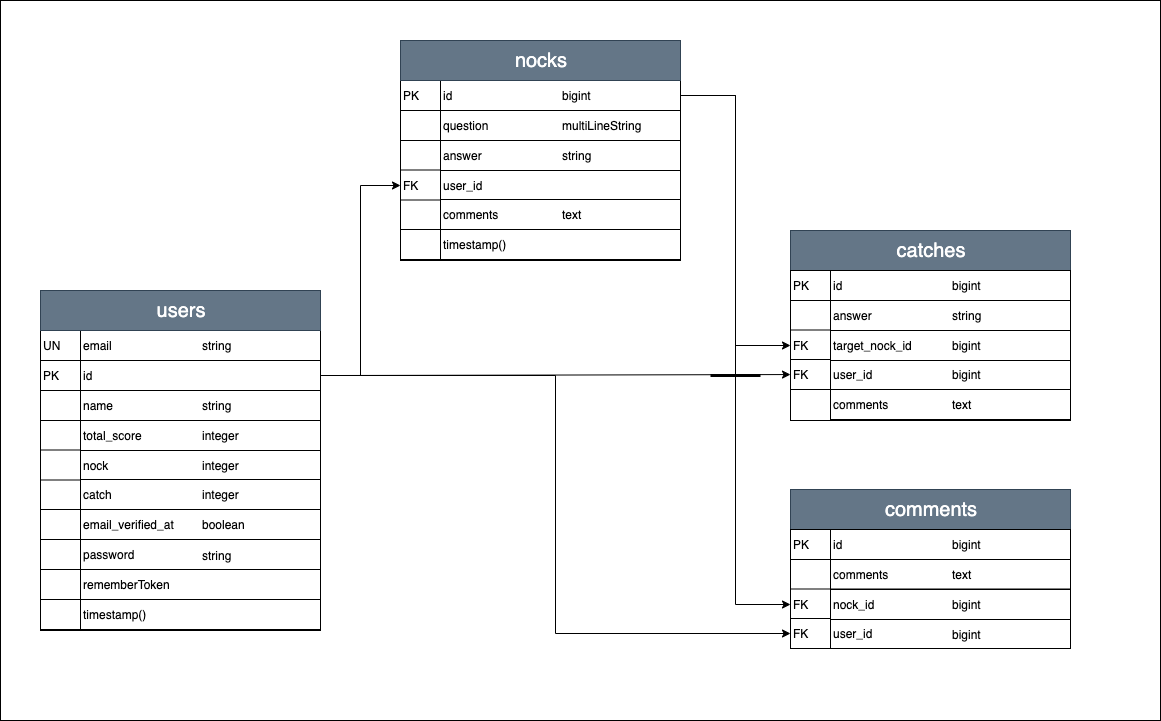
Before: DB.png, a diagram exported from draw.io (YaCpotato/RegExp-Nock). Source tidied: cells renumbered, new cells last; positions are measured from the earlier drawing's top-left corner, leaving out a move shared by most shapes.
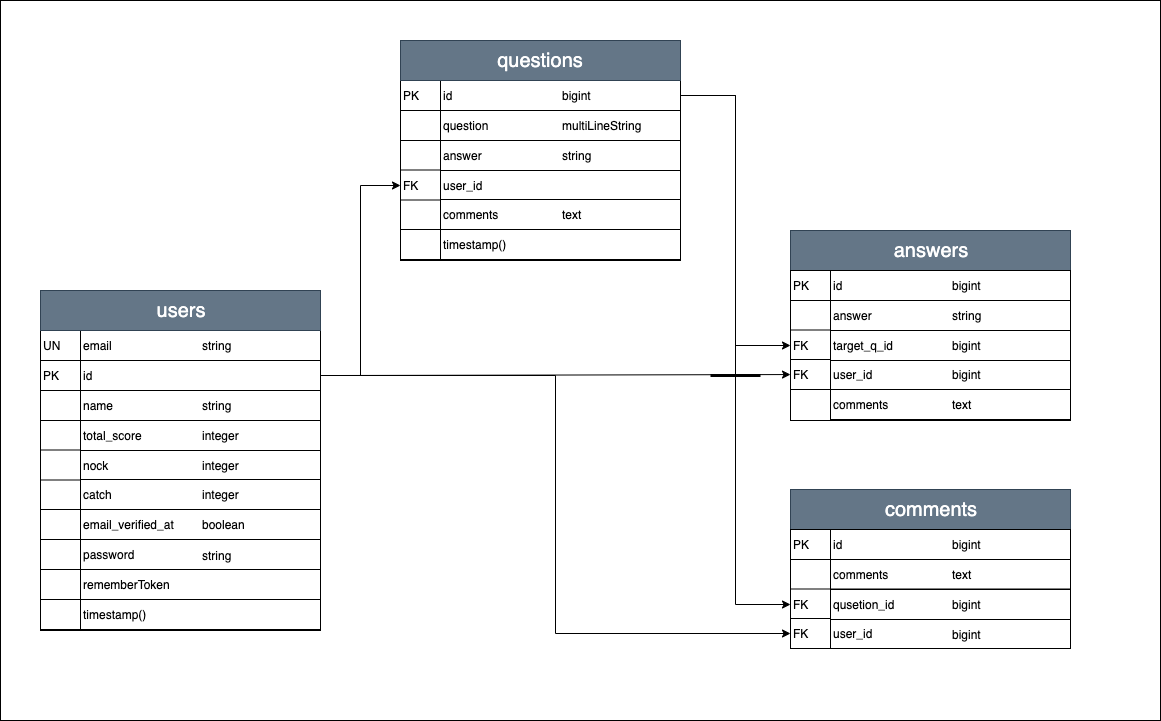
The same diagram one commit later.

Change to the diagram source:
```diff
@@ -101,7 +101,7 @@
     <mxCell id="34" value="PK" style="rounded=0;whiteSpace=wrap;html=1;strokeColor=#000000;fillColor=#ffffff;align=left;" parent="1" vertex="1">
       <mxGeometry x="400" y="80" width="40" height="30" as="geometry" />
     </mxCell>
-    <mxCell id="35" value="&lt;font style=&quot;font-size: 20px&quot;&gt;nocks&lt;/font&gt;" style="rounded=0;whiteSpace=wrap;html=1;strokeColor=#314354;fillColor=#647687;align=center;fontColor=#ffffff;" parent="1" vertex="1">
+    <mxCell id="35" value="&lt;font style=&quot;font-size: 20px&quot;&gt;questions&lt;/font&gt;" style="rounded=0;whiteSpace=wrap;html=1;strokeColor=#314354;fillColor=#647687;align=center;fontColor=#ffffff;" parent="1" vertex="1">
       <mxGeometry x="400" y="40" width="280" height="40" as="geometry" />
     </mxCell>
     <mxCell id="36" value="question" style="rounded=0;whiteSpace=wrap;html=1;strokeColor=#000000;fillColor=#ffffff;align=left;" parent="1" vertex="1">
@@ -155,7 +155,7 @@
     <mxCell id="52" style="rounded=0;whiteSpace=wrap;html=1;strokeColor=#000000;fillColor=#ffffff;align=left;" parent="1" vertex="1">
       <mxGeometry x="790" y="230" width="280" height="190" as="geometry" />
     </mxCell>
-    <mxCell id="53" value="&lt;font style=&quot;font-size: 20px&quot;&gt;catches&lt;/font&gt;" style="rounded=0;whiteSpace=wrap;html=1;strokeColor=#314354;fillColor=#647687;align=center;fontColor=#ffffff;" parent="1" vertex="1">
+    <mxCell id="53" value="&lt;font style=&quot;font-size: 20px&quot;&gt;answers&lt;/font&gt;" style="rounded=0;whiteSpace=wrap;html=1;strokeColor=#314354;fillColor=#647687;align=center;fontColor=#ffffff;" parent="1" vertex="1">
       <mxGeometry x="790" y="230" width="280" height="40" as="geometry" />
     </mxCell>
     <mxCell id="54" value="answer" style="rounded=0;whiteSpace=wrap;html=1;strokeColor=#000000;fillColor=#ffffff;align=left;" parent="1" vertex="1">
@@ -167,7 +167,7 @@
     <mxCell id="56" value="user_id" style="rounded=0;whiteSpace=wrap;html=1;strokeColor=#000000;fillColor=#ffffff;align=left;" parent="1" vertex="1">
       <mxGeometry x="830" y="359" width="240" height="30" as="geometry" />
     </mxCell>
-    <mxCell id="57" value="target_nock_id" style="rounded=0;whiteSpace=wrap;html=1;strokeColor=#000000;fillColor=#ffffff;align=left;" parent="1" vertex="1">
+    <mxCell id="57" value="target_q_id" style="rounded=0;whiteSpace=wrap;html=1;strokeColor=#000000;fillColor=#ffffff;align=left;" parent="1" vertex="1">
       <mxGeometry x="830" y="330" width="240" height="30" as="geometry" />
     </mxCell>
     <mxCell id="58" value="comments" style="rounded=0;whiteSpace=wrap;html=1;strokeColor=#000000;fillColor=#ffffff;align=left;" parent="1" vertex="1">
@@ -208,7 +208,7 @@
     <mxCell id="69" value="user_id" style="rounded=0;whiteSpace=wrap;html=1;strokeColor=#000000;fillColor=#ffffff;align=left;" parent="1" vertex="1">
       <mxGeometry x="830" y="618" width="240" height="30" as="geometry" />
     </mxCell>
-    <mxCell id="70" value="nock_id" style="rounded=0;whiteSpace=wrap;html=1;strokeColor=#000000;fillColor=#ffffff;align=left;" parent="1" vertex="1">
+    <mxCell id="70" value="qusetion_id" style="rounded=0;whiteSpace=wrap;html=1;strokeColor=#000000;fillColor=#ffffff;align=left;" parent="1" vertex="1">
       <mxGeometry x="830" y="589" width="240" height="30" as="geometry" />
     </mxCell>
     <mxCell id="71" value="comments" style="rounded=0;whiteSpace=wrap;html=1;strokeColor=#000000;fillColor=#ffffff;align=left;" parent="1" vertex="1">
```
